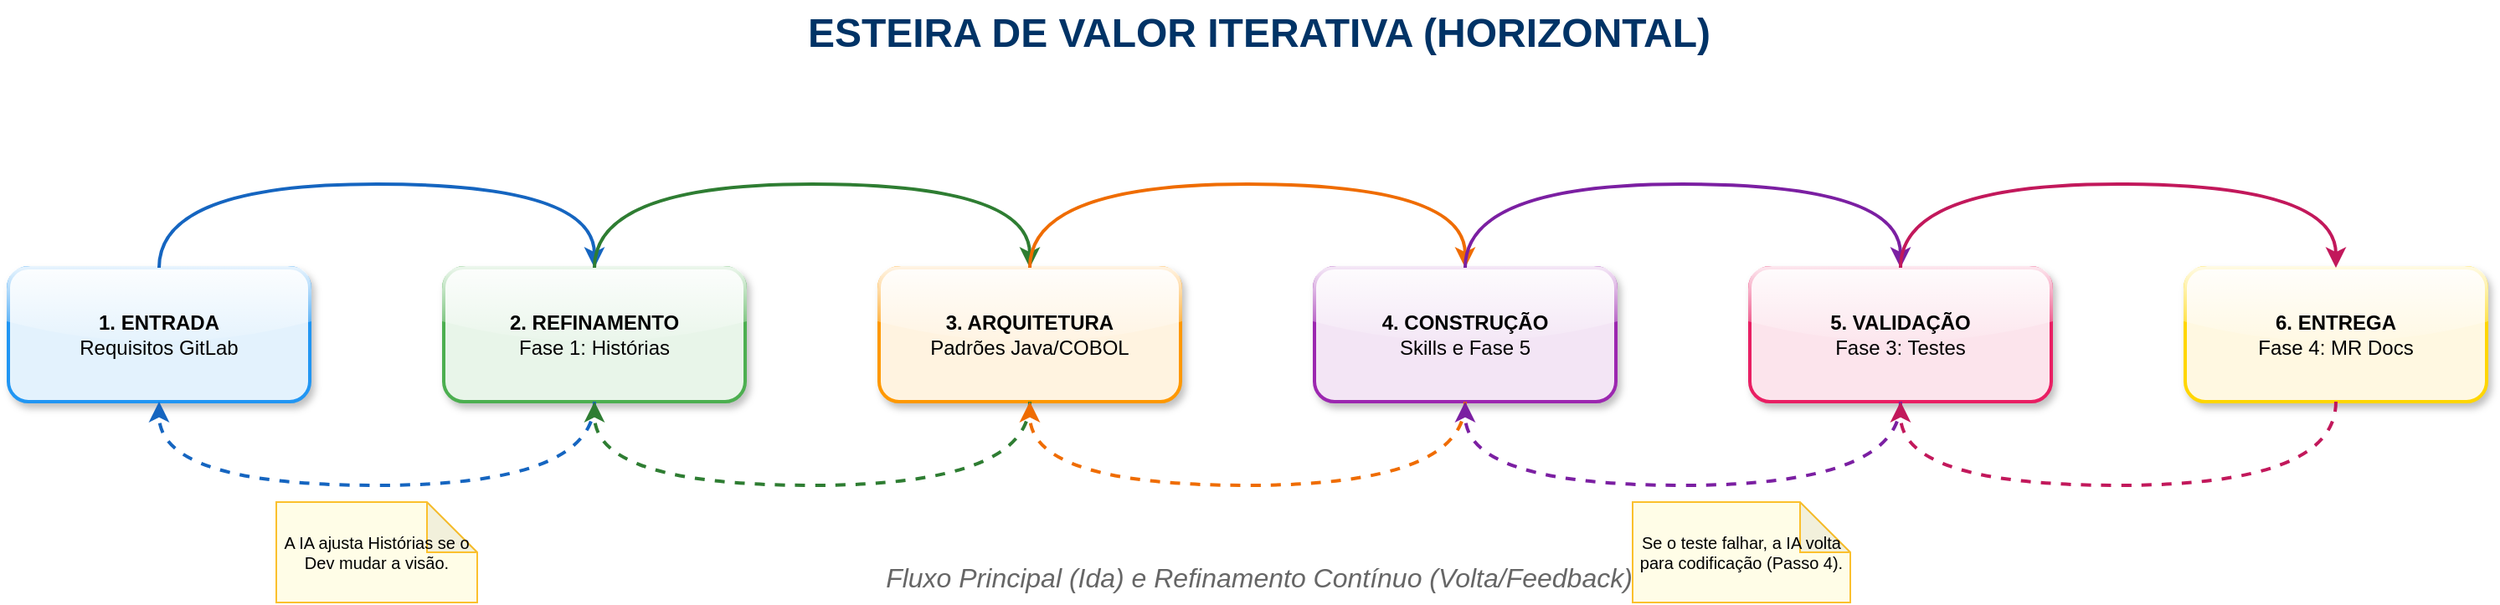
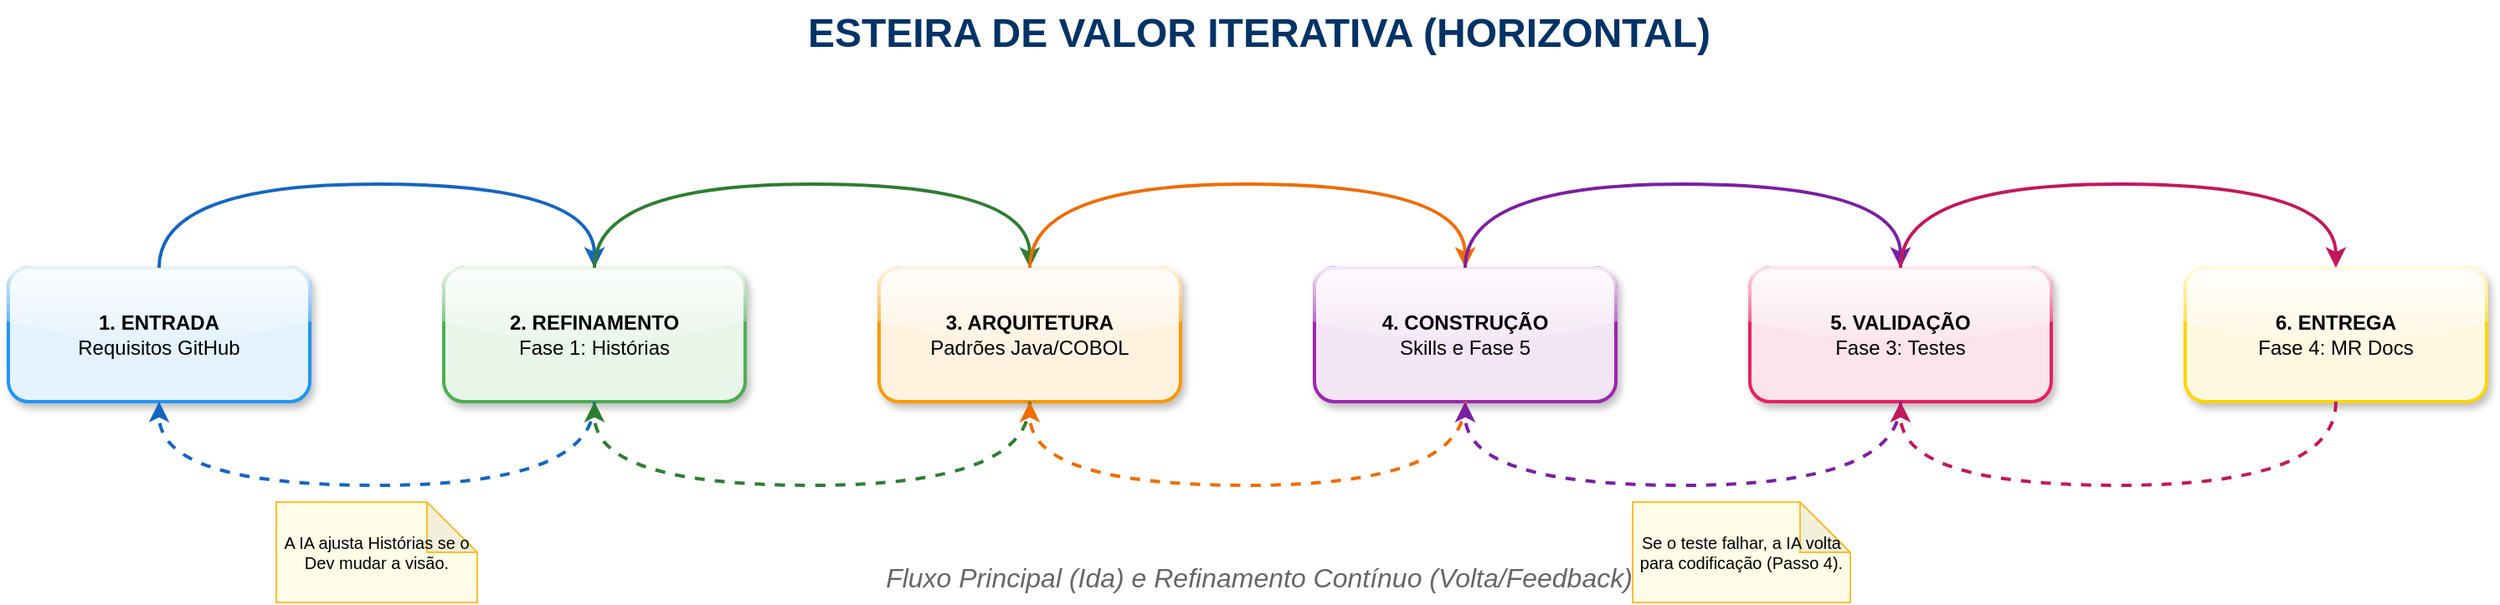
<mxfile host="Electron" version="21.6.8" type="device">
  <diagram id="fluxo-horizontal" name="Esteira Horizontal Iterativa">
    <mxGraphModel dx="1422" dy="794" grid="1" gridSize="10" guides="1" tooltips="1" connect="1" arrows="1" fold="1" page="1" pageScale="1" pageWidth="1654" pageHeight="1169" math="0" shadow="0">
      <root>
        <mxCell id="0" />
        <mxCell id="1" parent="0" />

        <!-- Título -->
        <mxCell id="title" value="ESTEIRA DE VALOR ITERATIVA (HORIZONTAL)" style="text;html=1;strokeColor=none;fillColor=none;align=center;verticalAlign=middle;whiteSpace=wrap;rounded=0;fontSize=24;fontStyle=1;fontColor=#003366;" vertex="1" parent="1">
          <mxGeometry x="527" y="40" width="600" height="40" as="geometry" />
        </mxCell>

        <!-- Passo 1: DEV -->
-         <mxCell id="step1" value="&lt;b&gt;1. ENTRADA&lt;/b&gt;&lt;br&gt;Requisitos GitLab" style="rounded=1;whiteSpace=wrap;html=1;fillColor=#E3F2FD;strokeColor=#2196F3;strokeWidth=2;shadow=1;glass=1;" vertex="1" parent="1">
+         <mxCell id="step1" value="&lt;b&gt;1. ENTRADA&lt;/b&gt;&lt;br&gt;Requisitos GitHub" style="rounded=1;whiteSpace=wrap;html=1;fillColor=#E3F2FD;strokeColor=#2196F3;strokeWidth=2;shadow=1;glass=1;" vertex="1" parent="1">
          <mxGeometry x="80" y="200" width="180" height="80" as="geometry" />
        </mxCell>

        <!-- Passo 2: Refinamento -->
        <mxCell id="step2" value="&lt;b&gt;2. REFINAMENTO&lt;/b&gt;&lt;br&gt;Fase 1: Histórias" style="rounded=1;whiteSpace=wrap;html=1;fillColor=#E8F5E9;strokeColor=#4CAF50;strokeWidth=2;shadow=1;glass=1;" vertex="1" parent="1">
          <mxGeometry x="340" y="200" width="180" height="80" as="geometry" />
        </mxCell>

        <!-- Passo 3: Arquitetura -->
        <mxCell id="step3" value="&lt;b&gt;3. ARQUITETURA&lt;/b&gt;&lt;br&gt;Padrões Java/COBOL" style="rounded=1;whiteSpace=wrap;html=1;fillColor=#FFF3E0;strokeColor=#FF9800;strokeWidth=2;shadow=1;glass=1;" vertex="1" parent="1">
          <mxGeometry x="600" y="200" width="180" height="80" as="geometry" />
        </mxCell>

        <!-- Passo 4: Construção -->
        <mxCell id="step4" value="&lt;b&gt;4. CONSTRUÇÃO&lt;/b&gt;&lt;br&gt;Skills e Fase 5" style="rounded=1;whiteSpace=wrap;html=1;fillColor=#F3E5F5;strokeColor=#9C27B0;strokeWidth=2;shadow=1;glass=1;" vertex="1" parent="1">
          <mxGeometry x="860" y="200" width="180" height="80" as="geometry" />
        </mxCell>

        <!-- Passo 5: Validação -->
        <mxCell id="step5" value="&lt;b&gt;5. VALIDAÇÃO&lt;/b&gt;&lt;br&gt;Fase 3: Testes" style="rounded=1;whiteSpace=wrap;html=1;fillColor=#FCE4EC;strokeColor=#E91E63;strokeWidth=2;shadow=1;glass=1;" vertex="1" parent="1">
          <mxGeometry x="1120" y="200" width="180" height="80" as="geometry" />
        </mxCell>

        <!-- Passo 6: Entrega -->
        <mxCell id="step6" value="&lt;b&gt;6. ENTREGA&lt;/b&gt;&lt;br&gt;Fase 4: MR Docs" style="rounded=1;whiteSpace=wrap;html=1;fillColor=#FFF8E1;strokeColor=#FFD600;strokeWidth=2;shadow=1;glass=1;" vertex="1" parent="1">
          <mxGeometry x="1380" y="200" width="180" height="80" as="geometry" />
        </mxCell>

        <!-- Setas de Ida (Superiores) -->
        <mxCell id="f1" edge="1" parent="1" source="step1" target="step2" style="edgeStyle=orthogonalEdgeStyle;rounded=1;orthogonalLoop=1;jettySize=auto;html=1;strokeWidth=2;strokeColor=#1565C0;curved=1;">
          <mxGeometry relative="1" as="geometry">
            <Array as="points">
              <mxPoint x="170" y="150" />
              <mxPoint x="430" y="150" />
            </Array>
          </mxGeometry>
        </mxCell>
        <mxCell id="f2" edge="1" parent="1" source="step2" target="step3" style="edgeStyle=orthogonalEdgeStyle;rounded=1;orthogonalLoop=1;jettySize=auto;html=1;strokeWidth=2;strokeColor=#2E7D32;curved=1;">
          <mxGeometry relative="1" as="geometry">
            <Array as="points">
              <mxPoint x="430" y="150" />
              <mxPoint x="690" y="150" />
            </Array>
          </mxGeometry>
        </mxCell>
        <mxCell id="f3" edge="1" parent="1" source="step3" target="step4" style="edgeStyle=orthogonalEdgeStyle;rounded=1;orthogonalLoop=1;jettySize=auto;html=1;strokeWidth=2;strokeColor=#EF6C00;curved=1;">
          <mxGeometry relative="1" as="geometry">
            <Array as="points">
              <mxPoint x="690" y="150" />
              <mxPoint x="950" y="150" />
            </Array>
          </mxGeometry>
        </mxCell>
        <mxCell id="f4" edge="1" parent="1" source="step4" target="step5" style="edgeStyle=orthogonalEdgeStyle;rounded=1;orthogonalLoop=1;jettySize=auto;html=1;strokeWidth=2;strokeColor=#7B1FA2;curved=1;">
          <mxGeometry relative="1" as="geometry">
            <Array as="points">
              <mxPoint x="950" y="150" />
              <mxPoint x="1210" y="150" />
            </Array>
          </mxGeometry>
        </mxCell>
        <mxCell id="f5" edge="1" parent="1" source="step5" target="step6" style="edgeStyle=orthogonalEdgeStyle;rounded=1;orthogonalLoop=1;jettySize=auto;html=1;strokeWidth=2;strokeColor=#C2185B;curved=1;">
          <mxGeometry relative="1" as="geometry">
            <Array as="points">
              <mxPoint x="1210" y="150" />
              <mxPoint x="1470" y="150" />
            </Array>
          </mxGeometry>
        </mxCell>

        <!-- Setas de Volta (Inferiores) -->
        <mxCell id="b1" edge="1" parent="1" source="step2" target="step1" style="edgeStyle=orthogonalEdgeStyle;rounded=1;orthogonalLoop=1;jettySize=auto;html=1;strokeWidth=2;strokeColor=#1565C0;dashed=1;curved=1;">
          <mxGeometry relative="1" as="geometry">
            <Array as="points">
              <mxPoint x="430" y="330" />
              <mxPoint x="170" y="330" />
            </Array>
          </mxGeometry>
        </mxCell>
        <mxCell id="b2" edge="1" parent="1" source="step3" target="step2" style="edgeStyle=orthogonalEdgeStyle;rounded=1;orthogonalLoop=1;jettySize=auto;html=1;strokeWidth=2;strokeColor=#2E7D32;dashed=1;curved=1;">
          <mxGeometry relative="1" as="geometry">
            <Array as="points">
              <mxPoint x="690" y="330" />
              <mxPoint x="430" y="330" />
            </Array>
          </mxGeometry>
        </mxCell>
        <mxCell id="b3" edge="1" parent="1" source="step4" target="step3" style="edgeStyle=orthogonalEdgeStyle;rounded=1;orthogonalLoop=1;jettySize=auto;html=1;strokeWidth=2;strokeColor=#EF6C00;dashed=1;curved=1;">
          <mxGeometry relative="1" as="geometry">
            <Array as="points">
              <mxPoint x="950" y="330" />
              <mxPoint x="690" y="330" />
            </Array>
          </mxGeometry>
        </mxCell>
        <mxCell id="b4" edge="1" parent="1" source="step5" target="step4" style="edgeStyle=orthogonalEdgeStyle;rounded=1;orthogonalLoop=1;jettySize=auto;html=1;strokeWidth=2;strokeColor=#7B1FA2;dashed=1;curved=1;">
          <mxGeometry relative="1" as="geometry">
            <Array as="points">
              <mxPoint x="1210" y="330" />
              <mxPoint x="950" y="330" />
            </Array>
          </mxGeometry>
        </mxCell>
        <mxCell id="b5" edge="1" parent="1" source="step6" target="step5" style="edgeStyle=orthogonalEdgeStyle;rounded=1;orthogonalLoop=1;jettySize=auto;html=1;strokeWidth=2;strokeColor=#C2185B;dashed=1;curved=1;">
          <mxGeometry relative="1" as="geometry">
            <Array as="points">
              <mxPoint x="1470" y="330" />
              <mxPoint x="1210" y="330" />
            </Array>
          </mxGeometry>
        </mxCell>

        <!-- Legenda Iterativa -->
        <mxCell id="info" value="Fluxo Principal (Ida) e Refinamento Contínuo (Volta/Feedback)" style="text;html=1;strokeColor=none;fillColor=none;align=center;verticalAlign=middle;whiteSpace=wrap;rounded=0;fontSize=16;fontStyle=2;fontColor=#666666;" vertex="1" parent="1">
          <mxGeometry x="587" y="370" width="480" height="30" as="geometry" />
        </mxCell>

        <!-- Notas Rápidas -->
        <mxCell id="note1" value="A IA ajusta Histórias se o Dev mudar a visão." style="shape=note;whiteSpace=wrap;html=1;backgroundOutline=1;darkOpacity=0.05;fillColor=#FFFDE7;strokeColor=#FBC02D;fontSize=10;" vertex="1" parent="1">
          <mxGeometry x="240" y="340" width="120" height="60" as="geometry" />
        </mxCell>
        <mxCell id="note2" value="Se o teste falhar, a IA volta para codificação (Passo 4)." style="shape=note;whiteSpace=wrap;html=1;backgroundOutline=1;darkOpacity=0.05;fillColor=#FFFDE7;strokeColor=#FBC02D;fontSize=10;" vertex="1" parent="1">
          <mxGeometry x="1050" y="340" width="130" height="60" as="geometry" />
        </mxCell>

      </root>
    </mxGraphModel>
  </diagram>
</mxfile>
